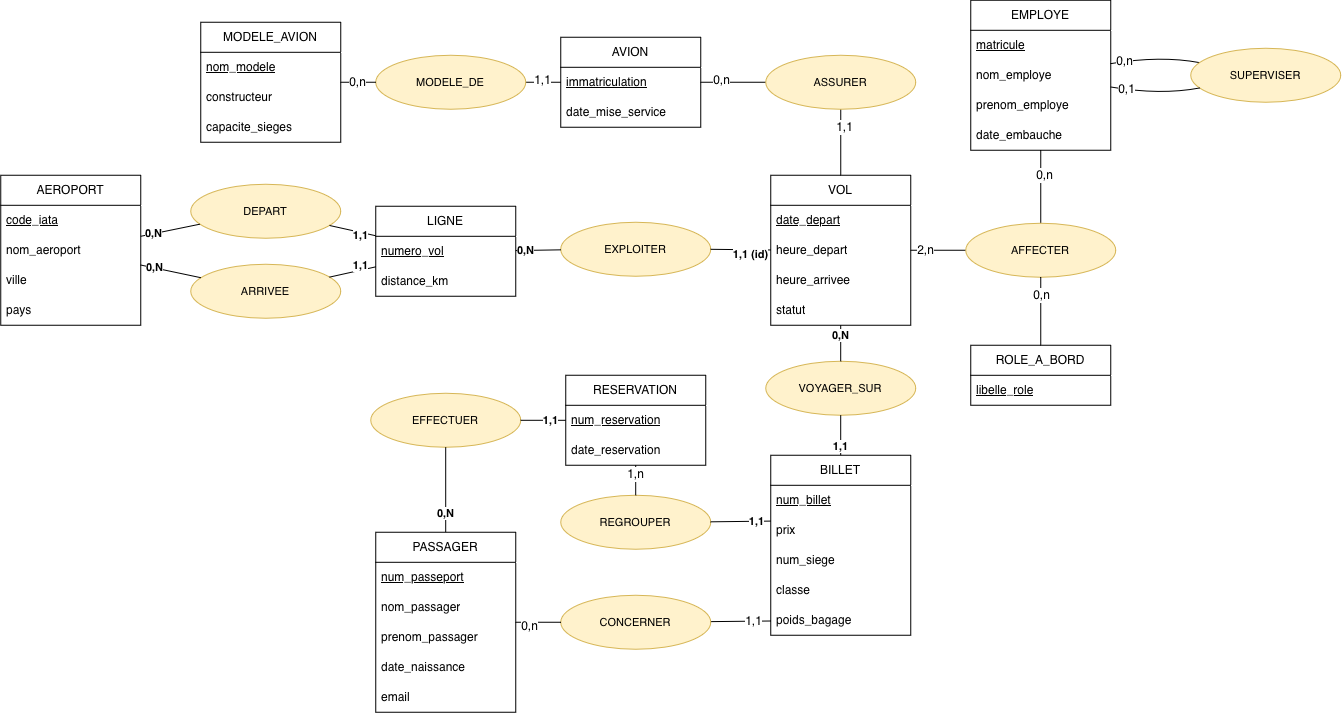
The draw.io diagram mcd/ProjetBD.png in Uriklef/ProjetDB_MERI_COCHET, before a commit. Source tidied: cells renumbered, new cells last; positions are measured from the earlier drawing's top-left corner, leaving out a move shared by most shapes.
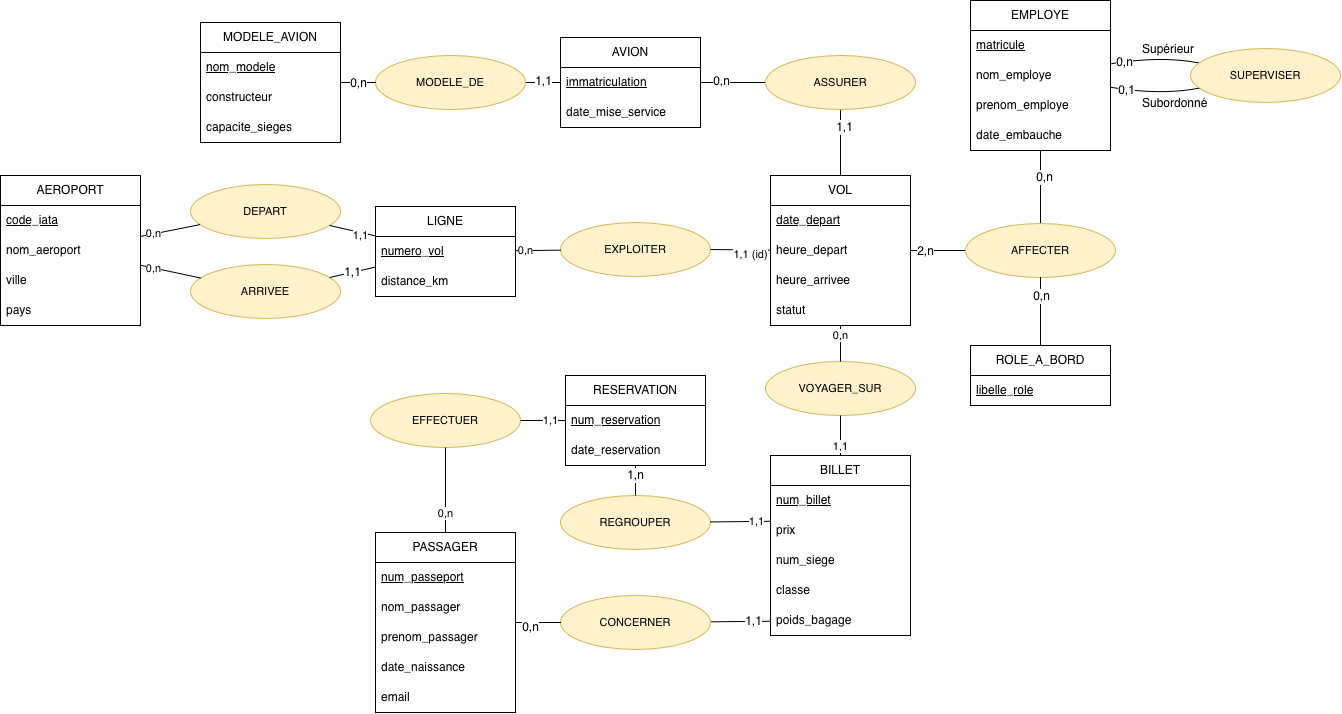
Later version of the same file.

Change to the diagram source:
```diff
@@ -35,28 +35,31 @@
     <mxCell id="12" value="EFFECTUER" style="ellipse;whiteSpace=wrap;html=1;fillColor=#fff2cc;strokeColor=#d6b656;fontSize=11;" parent="1" vertex="1">
       <mxGeometry x="370" y="393" width="150" height="54" as="geometry" />
     </mxCell>
-    <mxCell id="13" value="0,N" style="endArrow=none;html=1;rounded=0;fontSize=11;fontStyle=1;labelBackgroundColor=default;" parent="1" edge="1" source="7" target="2">
+    <mxCell id="13" value="0,n" style="endArrow=none;html=1;rounded=0;fontSize=11;fontStyle=0;labelBackgroundColor=default;" parent="1" edge="1" source="7" target="2">
       <mxGeometry x="0.55" relative="1" as="geometry" />
     </mxCell>
-    <mxCell id="14" value="1,1" style="endArrow=none;html=1;rounded=0;fontSize=11;fontStyle=1;labelBackgroundColor=default;" parent="1" edge="1" source="7" target="26">
-      <mxGeometry x="0.38" y="-3" relative="1" as="geometry" />
+    <mxCell id="14" value="1,1" style="endArrow=none;html=1;rounded=0;fontSize=11;fontStyle=0;labelBackgroundColor=default;" parent="1" edge="1" source="7" target="26">
+      <mxGeometry x="0.36" y="-3" relative="1" as="geometry" />
     </mxCell>
-    <mxCell id="15" value="0,N" style="endArrow=none;html=1;rounded=0;fontSize=11;fontStyle=1;labelBackgroundColor=default;" parent="1" edge="1" source="8" target="2">
+    <mxCell id="15" value="0,n" style="endArrow=none;html=1;rounded=0;fontSize=11;fontStyle=0;labelBackgroundColor=default;" parent="1" edge="1" source="8" target="2">
       <mxGeometry x="0.55" relative="1" as="geometry" />
     </mxCell>
-    <mxCell id="16" value="1,1" style="endArrow=none;html=1;rounded=0;fontSize=11;fontStyle=1;labelBackgroundColor=default;" parent="1" edge="1" source="8" target="26">
+    <mxCell id="16" style="endArrow=none;html=1;rounded=0;fontSize=11;fontStyle=1;labelBackgroundColor=default;" parent="1" edge="1" source="8" target="26">
       <mxGeometry x="0.39" y="5" relative="1" as="geometry" />
     </mxCell>
+    <mxCell id="90" value="1,1" style="edgeLabel;html=1;align=center;verticalAlign=middle;fontSize=12;fontStyle=0;" parent="16" vertex="1">
+      <mxGeometry x="-0.02" relative="1" as="geometry" />
+    </mxCell>
-    <mxCell id="17" value="0,N" style="endArrow=none;html=1;rounded=0;fontSize=11;fontStyle=1;labelBackgroundColor=default;" parent="1" edge="1" source="9" target="26">
+    <mxCell id="17" value="0,n" style="endArrow=none;html=1;rounded=0;fontSize=11;fontStyle=0;labelBackgroundColor=default;" parent="1" edge="1" source="9" target="26">
       <mxGeometry x="0.55" relative="1" as="geometry" />
     </mxCell>
-    <mxCell id="18" value="1,1 (id)" style="endArrow=none;html=1;rounded=0;fontSize=11;fontStyle=1;labelBackgroundColor=default;" parent="1" edge="1" source="9" target="48">
+    <mxCell id="18" value="1,1 (id)" style="endArrow=none;html=1;rounded=0;fontSize=11;fontStyle=0;labelBackgroundColor=default;" parent="1" edge="1" source="9" target="48">
       <mxGeometry x="0.33" y="-5" relative="1" as="geometry" />
     </mxCell>
-    <mxCell id="19" value="0,N" style="endArrow=none;html=1;rounded=0;fontSize=11;fontStyle=1;labelBackgroundColor=default;" parent="1" edge="1" source="10" target="48">
+    <mxCell id="19" value="0,n" style="endArrow=none;html=1;rounded=0;fontSize=11;fontStyle=0;labelBackgroundColor=default;" parent="1" edge="1" source="10" target="48">
       <mxGeometry x="0.44" relative="1" as="geometry" />
     </mxCell>
-    <mxCell id="20" value="1,1" style="endArrow=none;html=1;rounded=0;fontSize=11;fontStyle=1;labelBackgroundColor=default;" parent="1" edge="1" source="10" target="59">
+    <mxCell id="20" value="1,1" style="endArrow=none;html=1;rounded=0;fontSize=11;fontStyle=0;labelBackgroundColor=default;" parent="1" edge="1" source="10" target="59">
       <mxGeometry x="0.55" relative="1" as="geometry" />
     </mxCell>
     <mxCell id="21" style="endArrow=none;html=1;rounded=0;fontSize=11;fontStyle=1;labelBackgroundColor=default;" parent="1" edge="1" source="11" target="74">
@@ -65,13 +68,13 @@
     <mxCell id="22" value="1,n" style="edgeLabel;html=1;align=center;verticalAlign=middle;fontSize=12;" parent="21" vertex="1">
       <mxGeometry x="0.4" y="1" relative="1" as="geometry" />
     </mxCell>
-    <mxCell id="23" value="1,1" style="endArrow=none;html=1;rounded=0;fontSize=11;fontStyle=1;labelBackgroundColor=default;entryX=-0.001;entryY=0.193;entryDx=0;entryDy=0;entryPerimeter=0;" parent="1" edge="1" source="11" target="61">
+    <mxCell id="23" value="1,1" style="endArrow=none;html=1;rounded=0;fontSize=11;fontStyle=0;labelBackgroundColor=default;entryX=-0.001;entryY=0.193;entryDx=0;entryDy=0;entryPerimeter=0;" parent="1" edge="1" source="11" target="61">
       <mxGeometry x="0.55" relative="1" as="geometry" />
     </mxCell>
-    <mxCell id="24" value="1,1" style="endArrow=none;html=1;rounded=0;fontSize=11;fontStyle=1;labelBackgroundColor=default;" parent="1" edge="1" source="12" target="74">
+    <mxCell id="24" value="1,1" style="endArrow=none;html=1;rounded=0;fontSize=11;fontStyle=0;labelBackgroundColor=default;" parent="1" edge="1" source="12" target="74">
       <mxGeometry x="0.33" relative="1" as="geometry" />
     </mxCell>
-    <mxCell id="25" value="0,N" style="endArrow=none;html=1;rounded=0;fontSize=11;fontStyle=1;labelBackgroundColor=default;" parent="1" edge="1" source="12" target="65">
+    <mxCell id="25" value="0,n" style="endArrow=none;html=1;rounded=0;fontSize=11;fontStyle=0;labelBackgroundColor=default;" parent="1" edge="1" source="12" target="65">
       <mxGeometry x="0.55" relative="1" as="geometry" />
     </mxCell>
     <mxCell id="26" value="LIGNE" style="swimlane;fontStyle=0;horizontal=1;startSize=30;whiteSpace=wrap;html=1;" parent="1" vertex="1">
@@ -278,5 +281,11 @@
         <mxPoint x="-3" y="-6" as="offset" />
       </mxGeometry>
     </mxCell>
+    <mxCell id="91" value="Supérieur" style="text;whiteSpace=wrap;html=1;" parent="1" vertex="1">
+      <mxGeometry x="1140" y="35" width="50" height="20" as="geometry" />
+    </mxCell>
+    <mxCell id="92" value="Subordonné" style="text;whiteSpace=wrap;html=1;" parent="1" vertex="1">
+      <mxGeometry x="1140" y="89" width="50" height="20" as="geometry" />
+    </mxCell>
   </root>
 </mxGraphModel>
```
